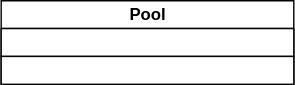
Above: drawio/x86callFunc.drawio.svg in Stolorzs/Picgo (draw.io), before the change. Source tidied: cells renumbered, new cells last; positions are measured from the earlier drawing's top-left corner, leaving out a move shared by most shapes.
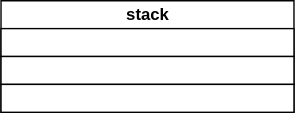
After the commit.

Change to the diagram source:
```diff
@@ -2,8 +2,8 @@
   <root>
     <mxCell id="0" />
     <mxCell id="1" parent="0" />
-    <mxCell id="2" value="Pool" style="swimlane;horizontal=1;startSize=20;html=1;" parent="1" vertex="1">
-      <mxGeometry width="210" height="60" as="geometry" />
+    <mxCell id="2" value="stack" style="swimlane;horizontal=1;startSize=20;html=1;" parent="1" vertex="1">
+      <mxGeometry width="210" height="80" as="geometry" />
     </mxCell>
     <mxCell id="3" style="rounded=0;whiteSpace=wrap;html=1;" parent="2" vertex="1">
       <mxGeometry y="20" width="210" height="20" as="geometry" />
@@ -11,5 +11,8 @@
     <mxCell id="4" style="rounded=0;whiteSpace=wrap;html=1;" parent="2" vertex="1">
       <mxGeometry y="40" width="210" height="20" as="geometry" />
     </mxCell>
+    <mxCell id="5" style="rounded=0;whiteSpace=wrap;html=1;" parent="2" vertex="1">
+      <mxGeometry y="60" width="210" height="20" as="geometry" />
+    </mxCell>
   </root>
 </mxGraphModel>
```
